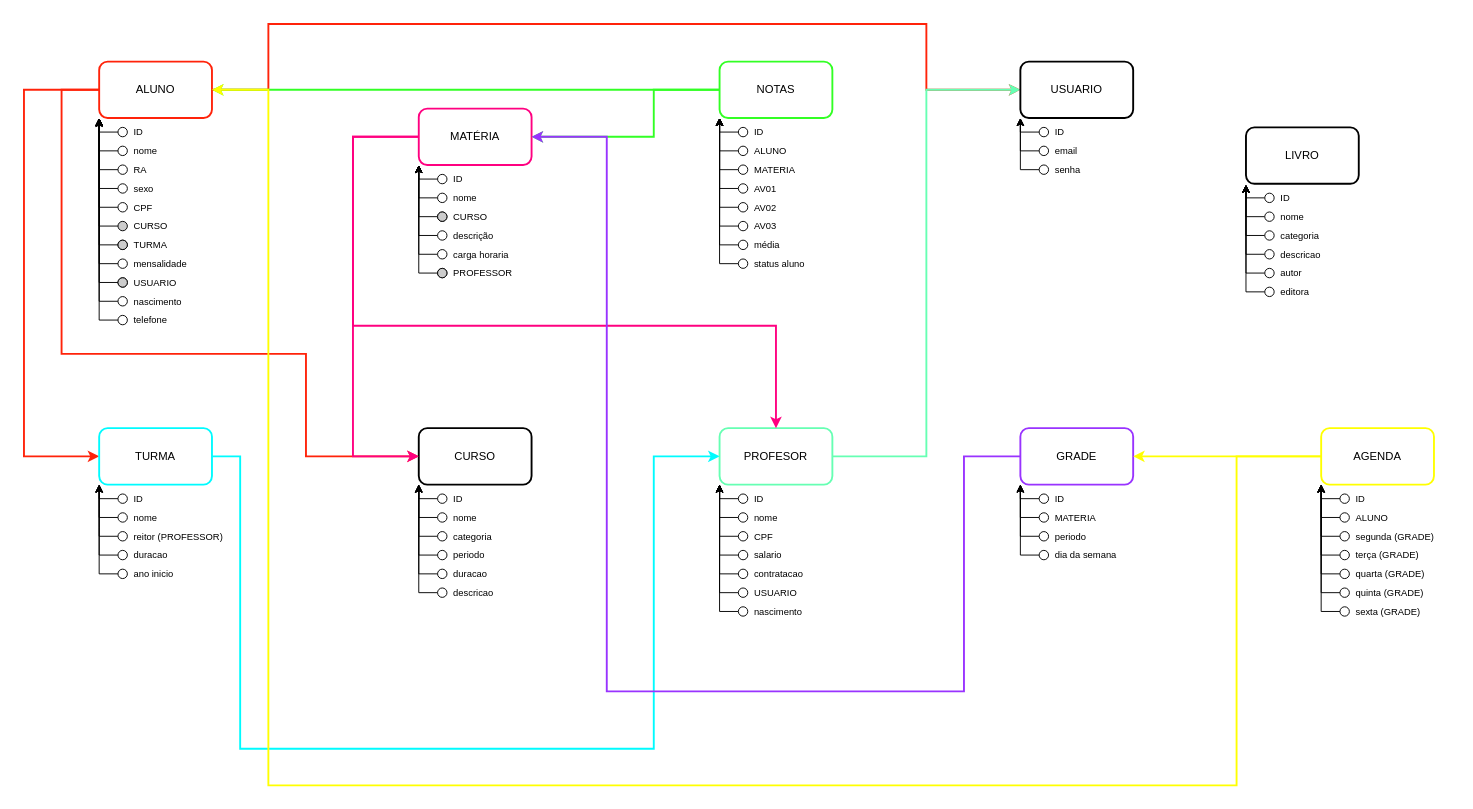
The draw.io diagram diagrama.drawio in joao-montanari/SIAportal-backend, before the edit. Source tidied: cells renumbered, new cells numbered last; positions are measured from the earlier drawing's top-left corner, leaving out a move shared by most shapes. Both pictures are drawn from the tidied source at 94%, with x=0, y=0 at pixel (24, 24).
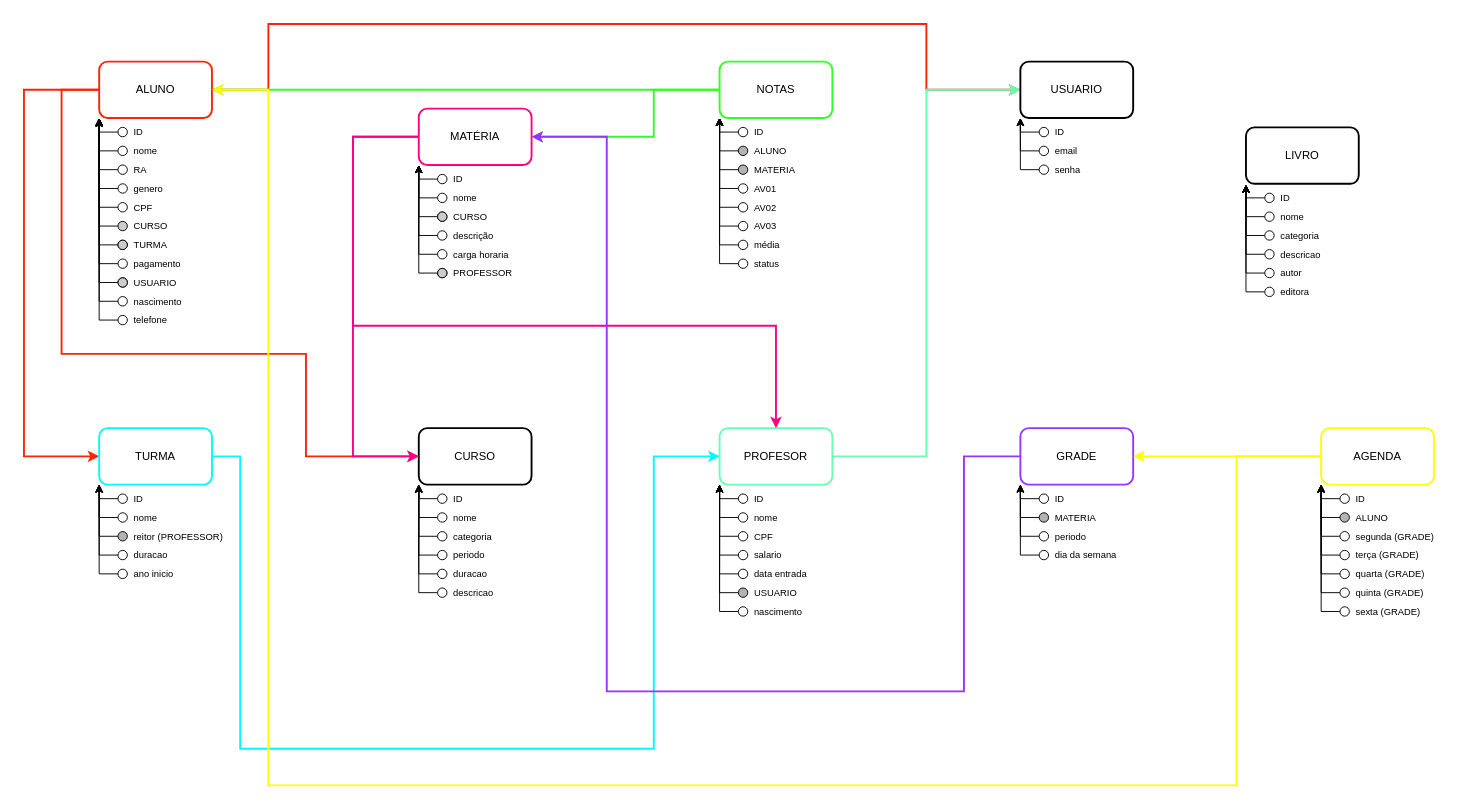
The same diagram, later.

Commit message:
business rule changes

Change to the diagram source:
```diff
@@
-    <mxCell id="22" value="sexo" style="text;html=1;align=left;verticalAlign=middle;strokeColor=none;fillColor=none;fontSize=10;" parent="1" vertex="1">
-      <mxGeometry x="115" y="160" width="40" height="30" as="geometry" />
+    <mxCell id="22" value="genero" style="text;html=1;align=left;verticalAlign=middle;strokeColor=none;fillColor=none;fontSize=10;" parent="1" vertex="1">
+      <mxGeometry x="115" y="160" width="50" height="30" as="geometry" />
     </mxCell>
@@
-    <mxCell id="26" value="mensalidade" style="text;html=1;align=left;verticalAlign=middle;strokeColor=none;fillColor=none;fontSize=10;" parent="1" vertex="1">
-      <mxGeometry x="115" y="240" width="80" height="30" as="geometry" />
+    <mxCell id="26" value="pagamento" style="text;html=1;align=left;verticalAlign=middle;strokeColor=none;fillColor=none;fontSize=10;" parent="1" vertex="1">
+      <mxGeometry x="115" y="240" width="70" height="30" as="geometry" />
     </mxCell>
@@
-    <mxCell id="72" style="ellipse;whiteSpace=wrap;html=1;" parent="1" vertex="1">
+    <mxCell id="72" style="ellipse;whiteSpace=wrap;html=1;fillColor=#B3B3B3;" parent="1" vertex="1">
       <mxGeometry x="100" y="540" width="10" height="10" as="geometry" />
     </mxCell>
@@
-    <mxCell id="105" style="ellipse;whiteSpace=wrap;html=1;" parent="1" vertex="1">
+    <mxCell id="105" style="ellipse;whiteSpace=wrap;html=1;fillColor=#B3B3B3;" parent="1" vertex="1">
       <mxGeometry x="760" y="130" width="10" height="10" as="geometry" />
     </mxCell>
@@
-    <mxCell id="107" style="ellipse;whiteSpace=wrap;html=1;" parent="1" vertex="1">
+    <mxCell id="107" style="ellipse;whiteSpace=wrap;html=1;fillColor=#B3B3B3;" parent="1" vertex="1">
       <mxGeometry x="760" y="150" width="10" height="10" as="geometry" />
     </mxCell>
@@
-    <mxCell id="116" value="status aluno" style="text;html=1;align=left;verticalAlign=middle;strokeColor=none;fillColor=none;fontSize=10;" parent="1" vertex="1">
-      <mxGeometry x="775" y="240" width="80" height="30" as="geometry" />
+    <mxCell id="116" value="status" style="text;html=1;align=left;verticalAlign=middle;strokeColor=none;fillColor=none;fontSize=10;" parent="1" vertex="1">
+      <mxGeometry x="775" y="240" width="50" height="30" as="geometry" />
     </mxCell>
@@
-    <mxCell id="127" value="contratacao" style="text;html=1;align=left;verticalAlign=middle;strokeColor=none;fillColor=none;fontSize=10;" parent="1" vertex="1">
+    <mxCell id="127" value="data entrada" style="text;html=1;align=left;verticalAlign=middle;strokeColor=none;fillColor=none;fontSize=10;" parent="1" vertex="1">
       <mxGeometry x="775" y="570" width="80" height="30" as="geometry" />
     </mxCell>
@@
-    <mxCell id="137" style="ellipse;whiteSpace=wrap;html=1;" parent="1" vertex="1">
+    <mxCell id="137" style="ellipse;whiteSpace=wrap;html=1;labelBackgroundColor=#B3B3B3;fillColor=#B3B3B3;" parent="1" vertex="1">
       <mxGeometry x="760" y="600" width="10" height="10" as="geometry" />
     </mxCell>
@@
-    <mxCell id="157" style="ellipse;whiteSpace=wrap;html=1;" parent="1" vertex="1">
+    <mxCell id="157" style="ellipse;whiteSpace=wrap;html=1;fillColor=#B3B3B3;" parent="1" vertex="1">
       <mxGeometry x="1080" y="520" width="10" height="10" as="geometry" />
     </mxCell>
@@
-    <mxCell id="177" style="ellipse;whiteSpace=wrap;html=1;" parent="1" vertex="1">
+    <mxCell id="177" style="ellipse;whiteSpace=wrap;html=1;fillColor=#B3B3B3;" parent="1" vertex="1">
       <mxGeometry x="1400" y="520" width="10" height="10" as="geometry" />
     </mxCell>
```
